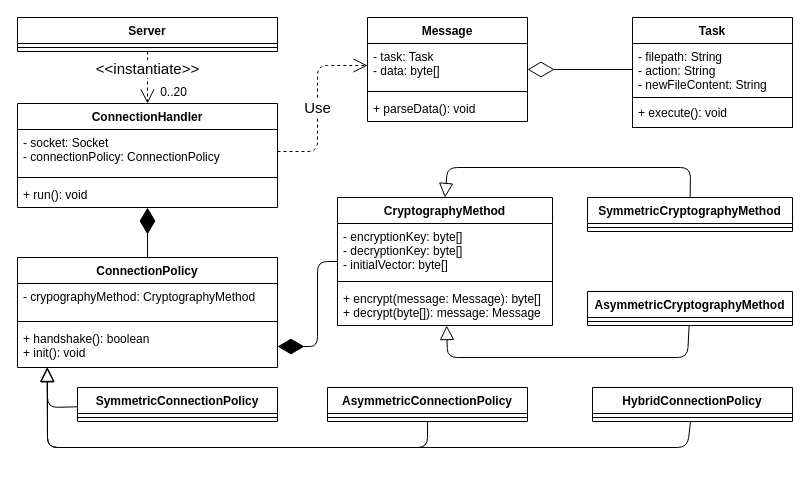
The draw.io diagram Class Diagram.drawio in Introvertuoso/information-security-system-project, before the edit. Source tidied: cells renumbered, new cells numbered last; positions are measured from the earlier drawing's top-left corner, leaving out a move shared by most shapes. Both pictures are drawn from the tidied source at 100%, with x=0, y=0 at pixel (17, 17).
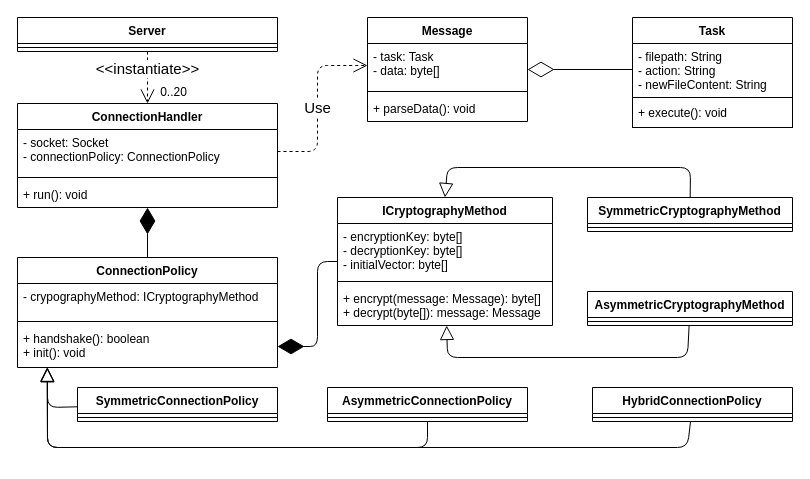
Above is the later version.

Unchanged cells that the change refers to:
```xml
<mxCell id="8" value="ConnectionPolicy" style="swimlane;fontStyle=1;align=center;verticalAlign=top;horizontal=1;startSize=26;" parent="1" vertex="1">
  <mxGeometry y="240" width="260" height="110" as="geometry" />
</mxCell>
```

Change to the diagram source:
```diff
@@
-    <mxCell id="9" value="- crypographyMethod: CryptographyMethod" style="text;strokeColor=none;fillColor=none;align=left;verticalAlign=top;spacingLeft=4;spacingRight=4;overflow=hidden;" parent="8" vertex="1">
+    <mxCell id="9" value="- crypographyMethod: ICryptographyMethod" style="text;strokeColor=none;fillColor=none;align=left;verticalAlign=top;spacingLeft=4;spacingRight=4;overflow=hidden;" parent="8" vertex="1">
       <mxGeometry y="26" width="260" height="34" as="geometry" />
     </mxCell>
@@
-    <mxCell id="32" value="CryptographyMethod" style="swimlane;fontStyle=1;align=center;verticalAlign=top;horizontal=1;startSize=26;labelBackgroundColor=none;strokeColor=#000000;html=0;" parent="1" vertex="1">
+    <mxCell id="32" value="ICryptographyMethod" style="swimlane;fontStyle=1;align=center;verticalAlign=top;horizontal=1;startSize=26;labelBackgroundColor=none;strokeColor=#000000;html=0;" parent="1" vertex="1">
       <mxGeometry x="320" y="180" width="215" height="128" as="geometry" />
     </mxCell>
```
